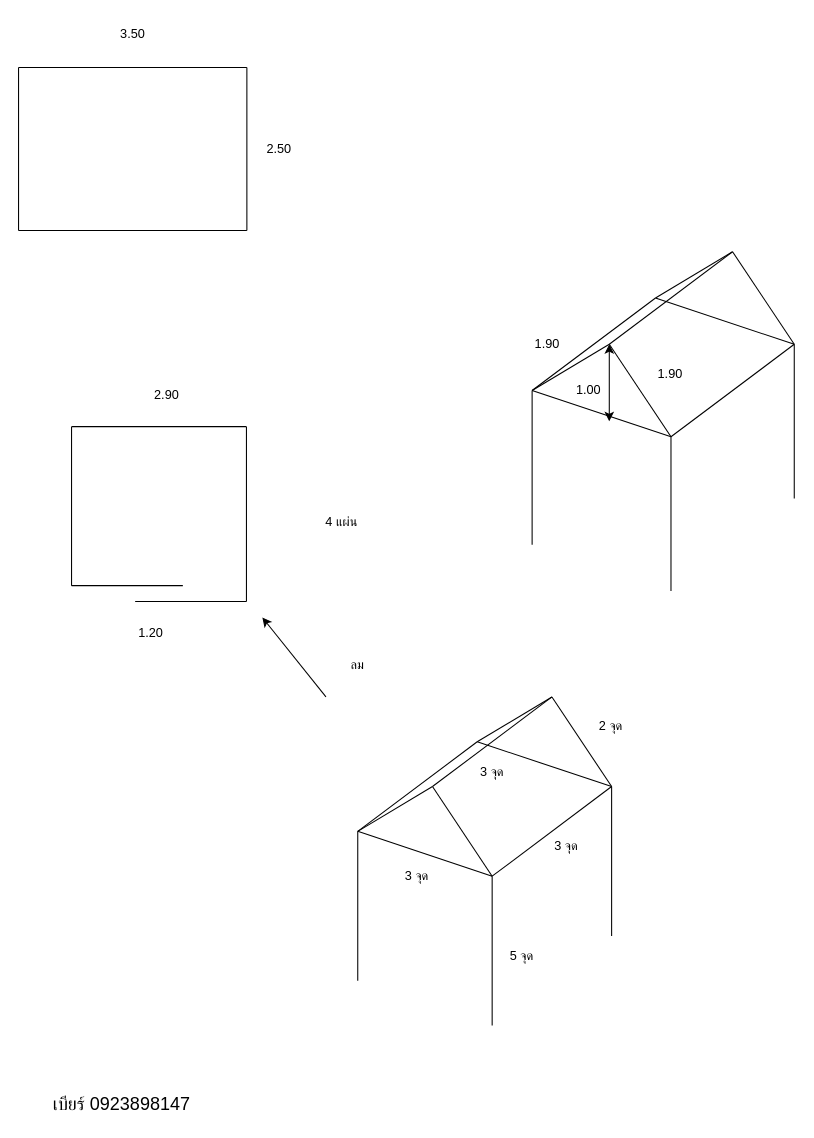
awtbet/mock keeps this draw.io diagram as tent.drawio. Above is the earlier version. Source tidied: cells renumbered, new cells numbered last; positions are measured from the earlier drawing's top-left corner, leaving out a move shared by most shapes. Both pictures are drawn from the tidied source at 106%, with x=0, y=0 at pixel (18, 18).
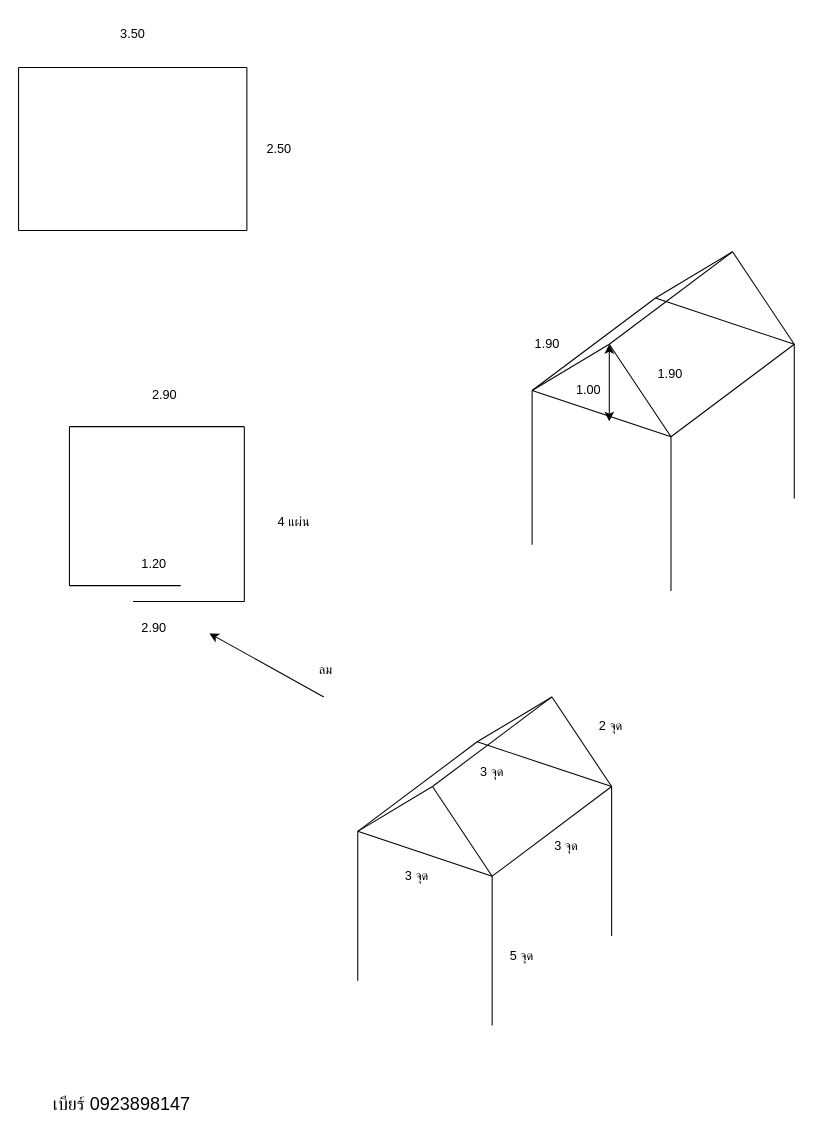
After the change.

What changed in the source:
```diff
@@
     <mxCell id="45" style="group;" parent="1" vertex="1">
-      <mxGeometry x="50" y="340" width="300" height="300" as="geometry" />
+      <mxGeometry x="48" y="340" width="300" height="300" as="geometry" />
     </mxCell>
@@
     <mxCell id="52" value="1.20" style="text;html=1;strokeColor=none;fillColor=none;align=center;verticalAlign=middle;whiteSpace=wrap;rounded=0;" parent="45" vertex="1">
-      <mxGeometry x="45" y="225" width="60" height="30" as="geometry" />
+      <mxGeometry x="50" y="160" width="60" height="30" as="geometry" />
     </mxCell>
     <mxCell id="53" value="4 แผ่น" style="text;html=1;strokeColor=none;fillColor=none;align=center;verticalAlign=middle;whiteSpace=wrap;rounded=0;" parent="45" vertex="1">
-      <mxGeometry x="225" y="120" width="60" height="30" as="geometry" />
+      <mxGeometry x="182" y="120" width="60" height="30" as="geometry" />
     </mxCell>
     <mxCell id="54" style="endArrow=classic;html=1;" parent="45" edge="1">
       <mxGeometry relative="1" as="geometry">
         <mxPoint x="240" y="300" as="sourcePoint" />
-        <mxPoint x="180" y="225" as="targetPoint" />
+        <mxPoint x="132" y="240" as="targetPoint" />
       </mxGeometry>
     </mxCell>
     <mxCell id="55" value="ลม" style="text;html=1;strokeColor=none;fillColor=none;align=center;verticalAlign=middle;whiteSpace=wrap;rounded=0;" parent="45" vertex="1">
-      <mxGeometry x="240" y="255" width="60" height="30" as="geometry" />
+      <mxGeometry x="212" y="260" width="60" height="30" as="geometry" />
     </mxCell>
+    <mxCell id="56" value="2.90" style="text;html=1;strokeColor=none;fillColor=none;align=center;verticalAlign=middle;whiteSpace=wrap;rounded=0;" parent="45" vertex="1">
+      <mxGeometry x="50" y="220" width="60" height="30" as="geometry" />
+    </mxCell>
```
